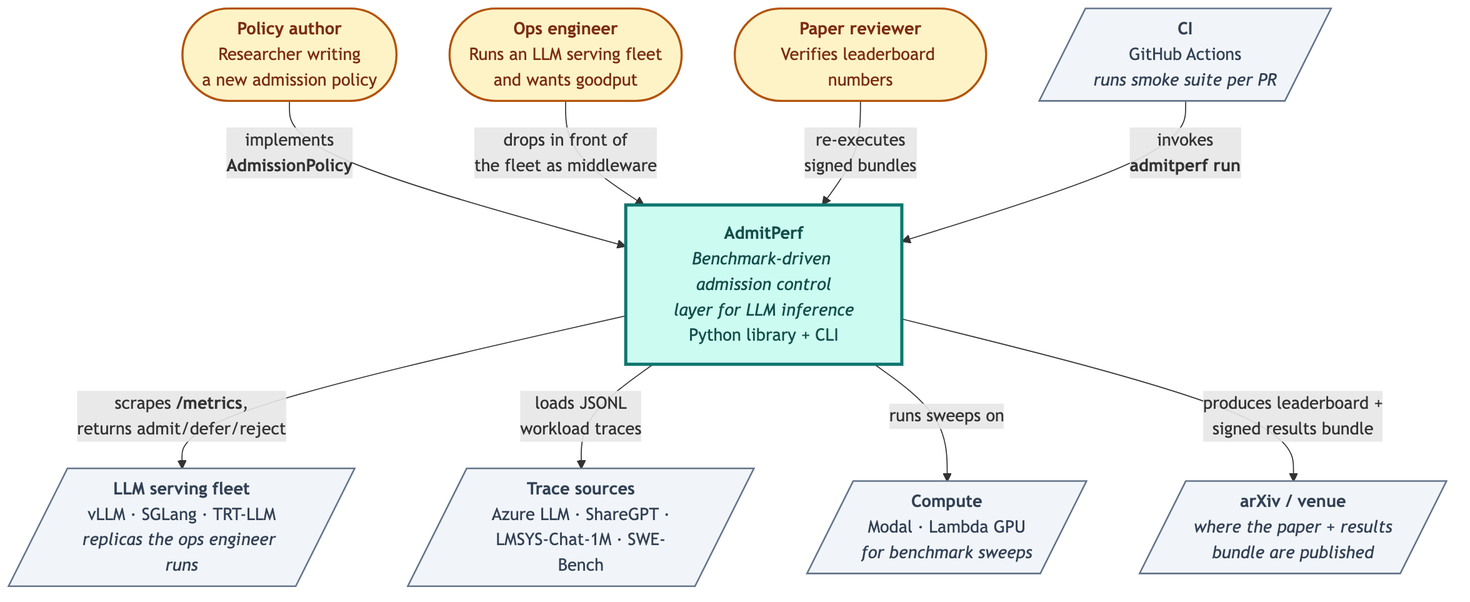
Earlier version of the Mermaid export docs/architecture/01-context.png (harshuljain13/AdmitPerf). Its source is kept beside it as docs/architecture/01-context.mmd. Source of this version:
```mermaid
flowchart TB
  policyAuthor(["<b>Policy author</b><br/>Researcher writing<br/>a new admission policy"])
  opsEngineer(["<b>Ops engineer</b><br/>Runs an LLM serving fleet<br/>and wants goodput"])
  reviewer(["<b>Paper reviewer</b><br/>Verifies leaderboard numbers"])

  admitperf["<b>AdmitPerf</b><br/><i>Benchmark-driven admission control<br/>layer for LLM inference</i><br/>Python library + CLI"]

  fleet[/"<b>LLM serving fleet</b><br/>vLLM · SGLang · TRT-LLM<br/><i>replicas the ops engineer runs</i>"/]
  traces[/"<b>Trace sources</b><br/>Azure LLM · ShareGPT ·<br/>LMSYS-Chat-1M · SWE-Bench"/]
  compute[/"<b>Compute</b><br/>Modal · Lambda GPU<br/><i>for benchmark sweeps</i>"/]
  ci[/"<b>CI</b><br/>GitHub Actions<br/><i>runs smoke suite per PR</i>"/]
  arxiv[/"<b>arXiv / venue</b><br/><i>where the paper + results<br/>bundle are published</i>"/]

  policyAuthor -- "implements<br/><b>AdmissionPolicy</b>" --> admitperf
  opsEngineer -- "drops in front of<br/>the fleet as middleware" --> admitperf
  reviewer -- "re-executes<br/>signed bundles" --> admitperf

  admitperf -- "scrapes <b>/metrics</b>,<br/>returns admit/defer/reject" --> fleet
  admitperf -- "loads JSONL<br/>workload traces" --> traces
  admitperf -- "runs sweeps on" --> compute
  ci -- "invokes<br/><b>admitperf run</b>" --> admitperf
  admitperf -- "produces leaderboard +<br/>signed results bundle" --> arxiv

  classDef person fill:#fef3c7,stroke:#b45309,color:#7c2d12,stroke-width:2px
  classDef system fill:#ccfbf1,stroke:#0f766e,color:#134e4a,stroke-width:3px
  classDef external fill:#f1f5f9,stroke:#64748b,color:#334155,stroke-width:1.5px

  class policyAuthor,opsEngineer,reviewer person
  class admitperf system
  class fleet,traces,compute,ci,arxiv external
```
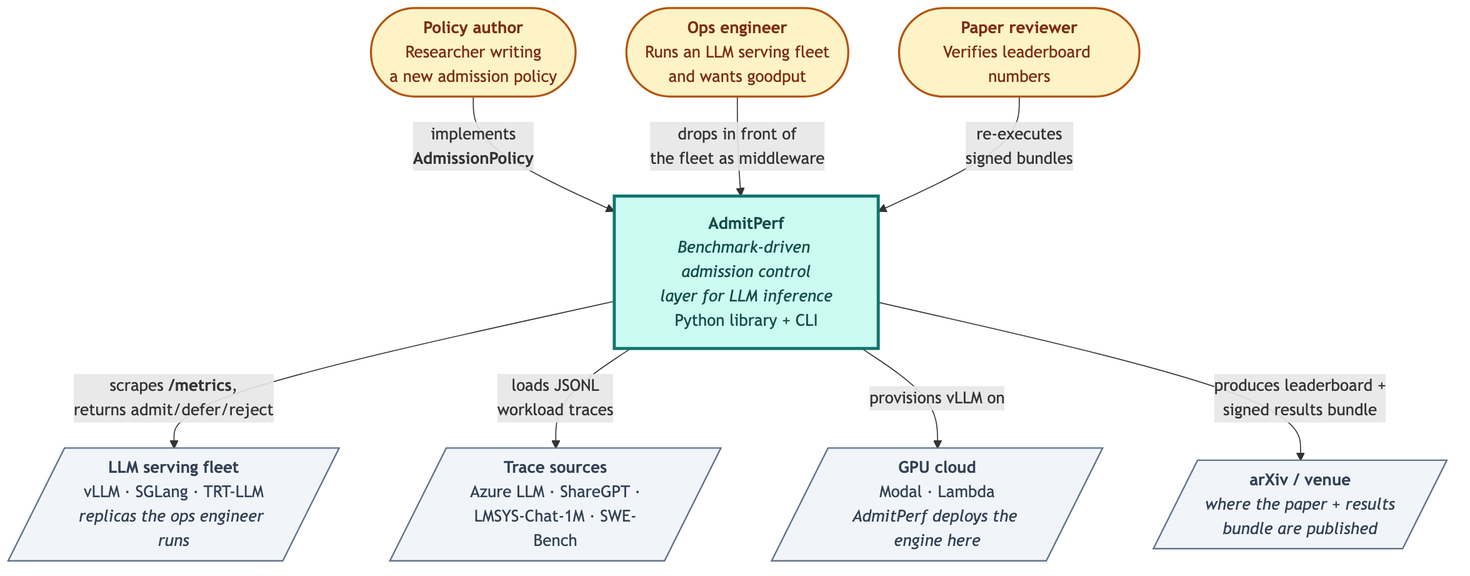
Above is the later version.

Diff of the diagram source:
```diff
@@ -7,8 +7,7 @@
 
   fleet[/"<b>LLM serving fleet</b><br/>vLLM · SGLang · TRT-LLM<br/><i>replicas the ops engineer runs</i>"/]
   traces[/"<b>Trace sources</b><br/>Azure LLM · ShareGPT ·<br/>LMSYS-Chat-1M · SWE-Bench"/]
-  compute[/"<b>Compute</b><br/>Modal · Lambda GPU<br/><i>for benchmark sweeps</i>"/]
-  ci[/"<b>CI</b><br/>GitHub Actions<br/><i>runs smoke suite per PR</i>"/]
+  compute[/"<b>GPU cloud</b><br/>Modal · Lambda<br/><i>AdmitPerf deploys the engine here</i>"/]
   arxiv[/"<b>arXiv / venue</b><br/><i>where the paper + results<br/>bundle are published</i>"/]
 
   policyAuthor -- "implements<br/><b>AdmissionPolicy</b>" --> admitperf
@@ -17,8 +16,7 @@
 
   admitperf -- "scrapes <b>/metrics</b>,<br/>returns admit/defer/reject" --> fleet
   admitperf -- "loads JSONL<br/>workload traces" --> traces
-  admitperf -- "runs sweeps on" --> compute
-  ci -- "invokes<br/><b>admitperf run</b>" --> admitperf
+  admitperf -- "provisions vLLM on" --> compute
   admitperf -- "produces leaderboard +<br/>signed results bundle" --> arxiv
 
   classDef person fill:#fef3c7,stroke:#b45309,color:#7c2d12,stroke-width:2px
@@ -27,4 +25,4 @@
 
   class policyAuthor,opsEngineer,reviewer person
   class admitperf system
-  class fleet,traces,compute,ci,arxiv external
+  class fleet,traces,compute,arxiv external
```
